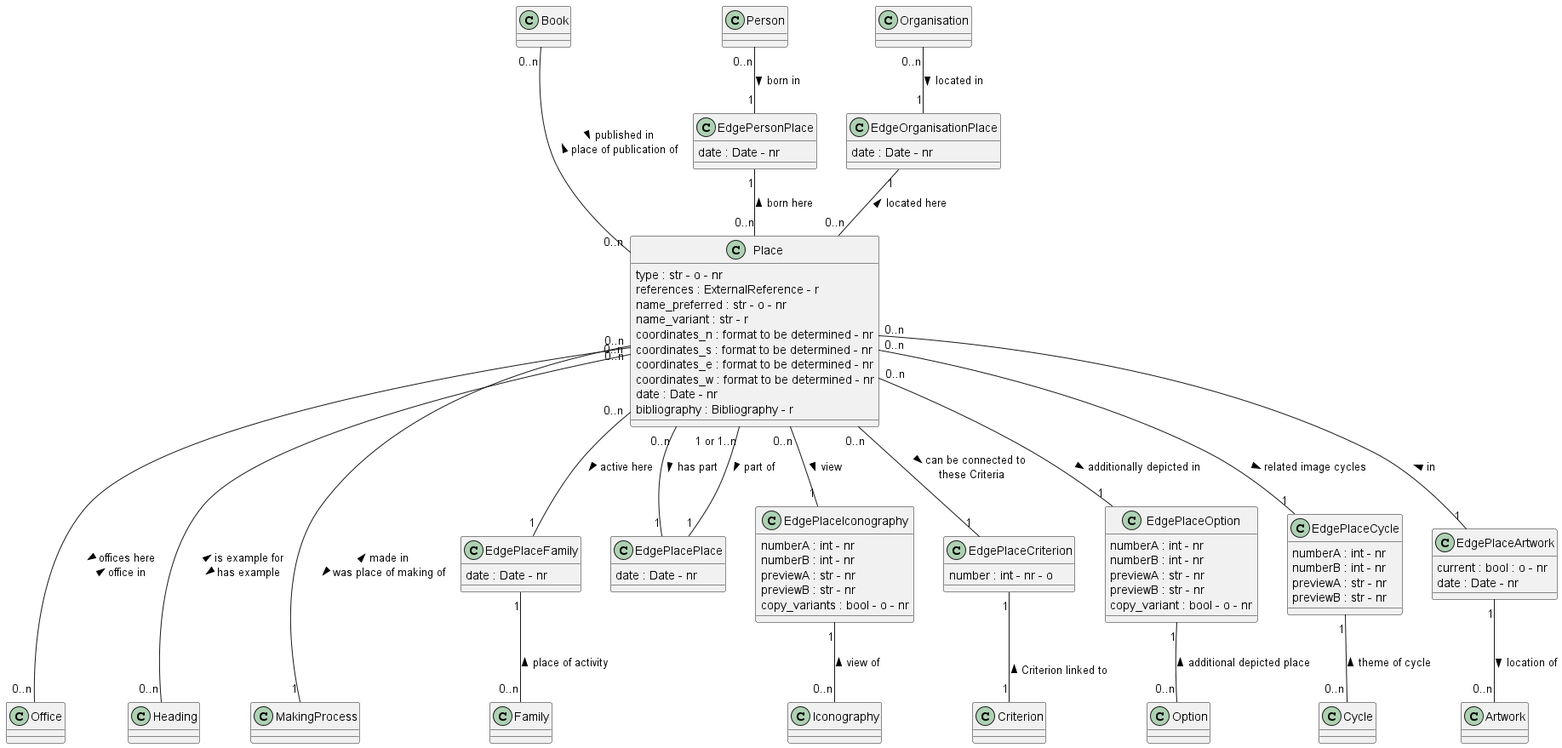
Earlier version of the PlantUML export documentation/class_diagrams/Place.png (tmasch/bpf_be).
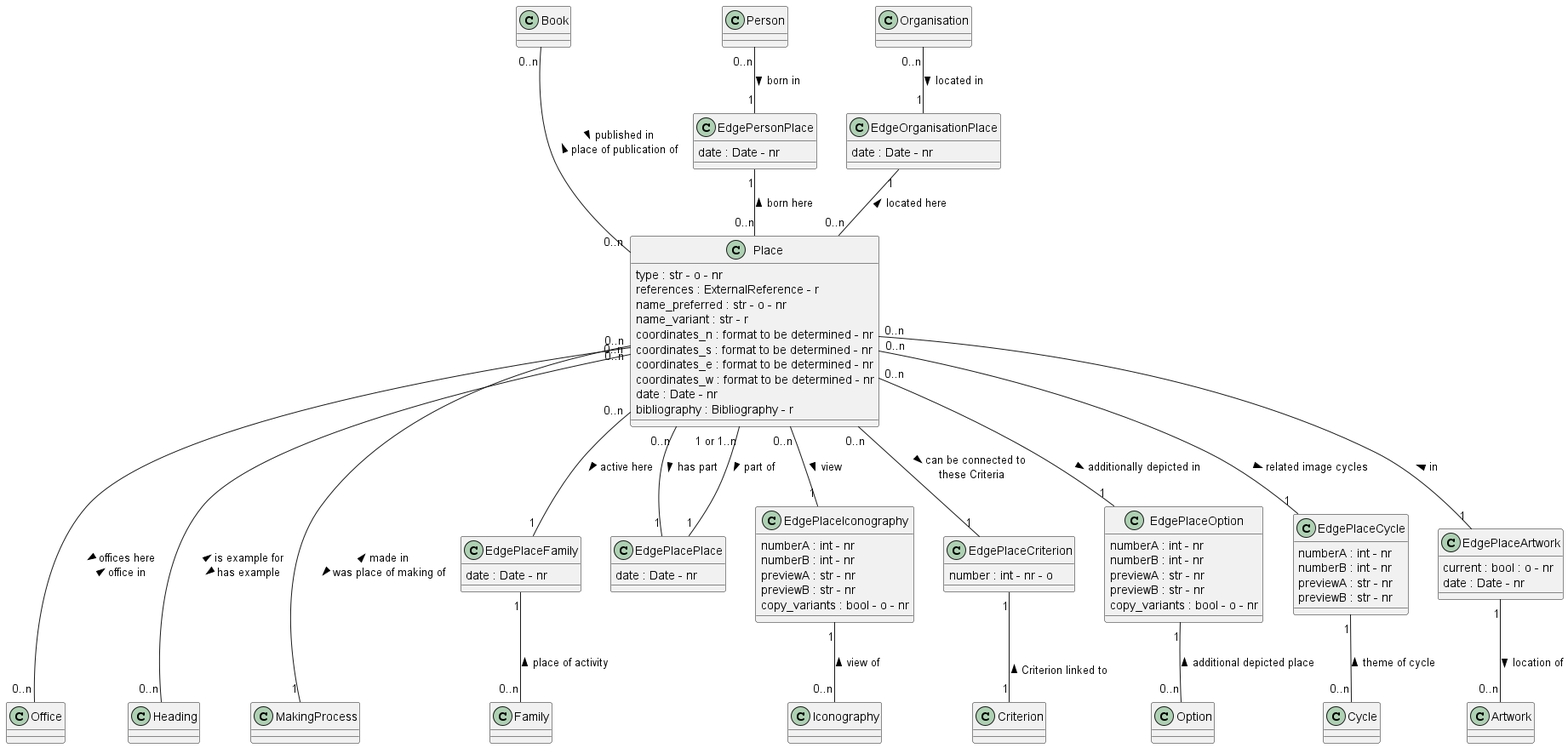
The same file after the commit.

Change to the diagram source:
```diff
@@ -66,7 +66,7 @@
 EdgePlaceOption : numberB : int - nr
 EdgePlaceOption : previewA : str - nr
 EdgePlaceOption : previewB : str - nr
-EdgePlaceOption : copy_variant : bool - o - nr
+EdgePlaceOption : copy_variants : bool - o - nr
 
 class EdgePlaceCycle
 EdgePlaceCycle : numberA : int - nr
```
